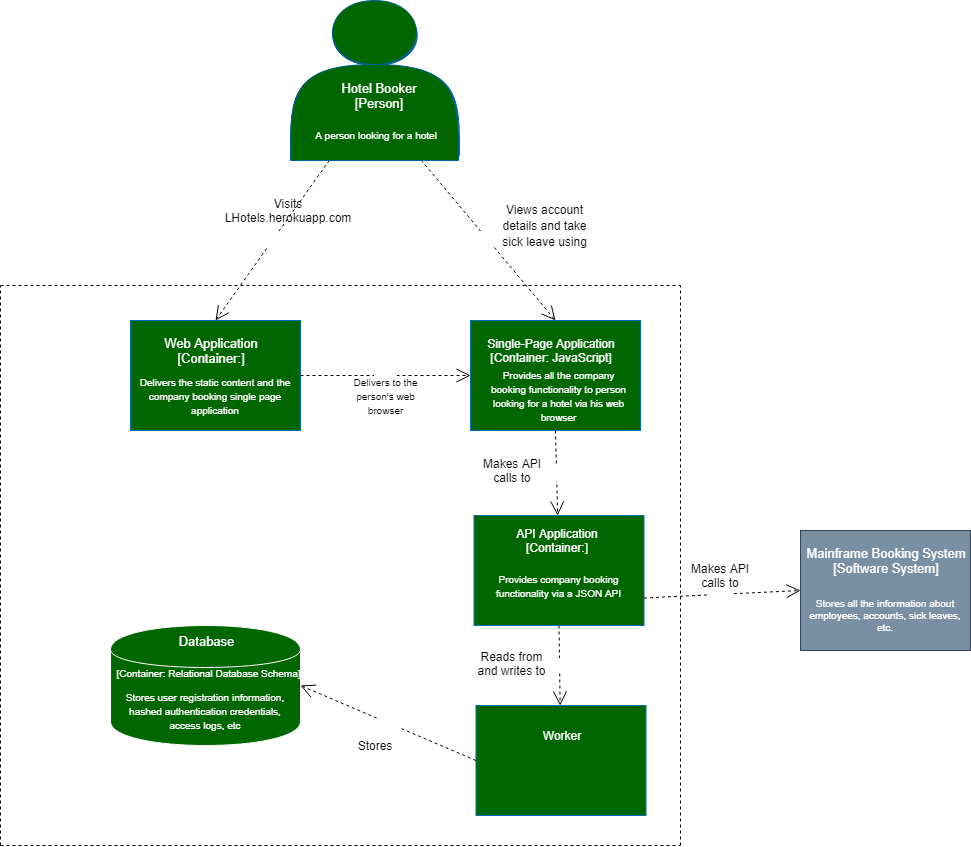
The draw.io diagram FALK_BOGDAN/Proiect/C4_Model/C4Diagram-Container.png in diercan/PSSC-2019, before a commit. Source tidied: cells renumbered, new cells last; positions are measured from the earlier drawing's top-left corner, leaving out a move shared by most shapes.
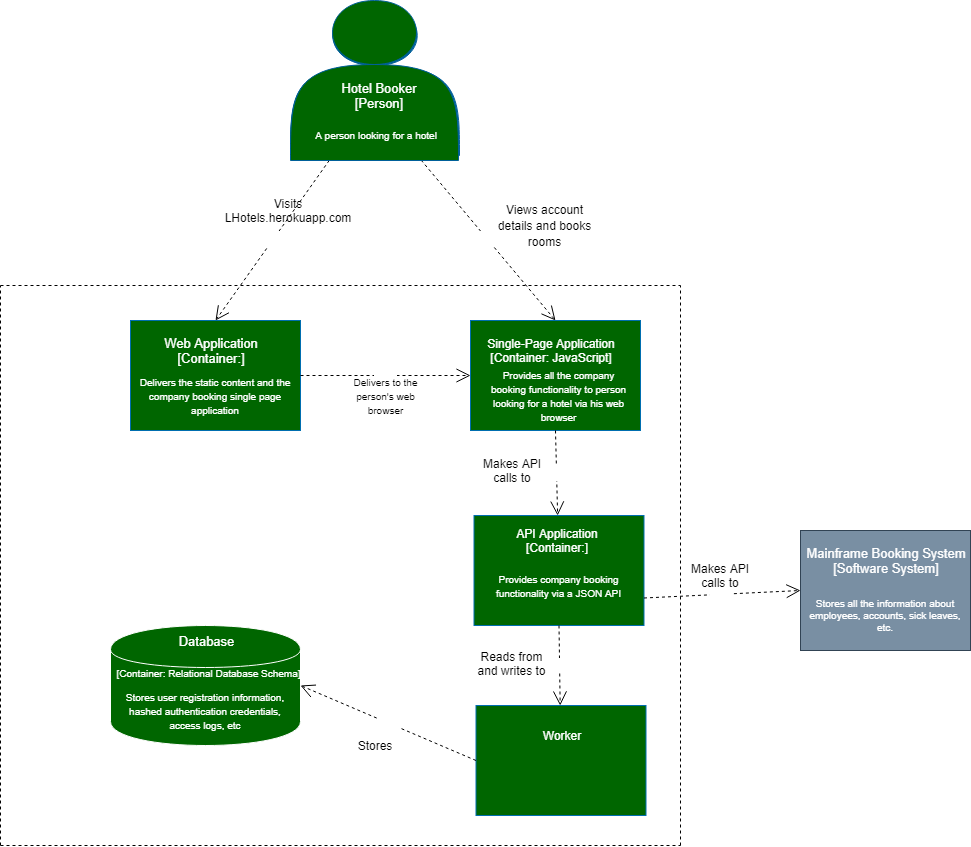
Later version of the same file.

Diff of the diagram source:
```diff
@@ -26,7 +26,7 @@
     <mxCell id="9" value="E-mail System&lt;br style=&quot;font-size: 13px;&quot;&gt;[Software System]" style="text;html=1;strokeColor=none;fillColor=none;align=center;verticalAlign=middle;whiteSpace=wrap;rounded=0;shadow=0;fontSize=13;fontColor=#FFFFFF;" parent="1" vertex="1">
       <mxGeometry x="825" y="215" width="110" height="20" as="geometry" />
     </mxCell>
-    <mxCell id="10" value="&lt;font style=&quot;font-size: 12px&quot;&gt;Views account details and take sick leave using&lt;/font&gt;" style="text;html=1;strokeColor=none;fillColor=none;align=center;verticalAlign=middle;whiteSpace=wrap;rounded=0;shadow=0;fontSize=14;fontColor=#000000;" parent="1" vertex="1">
+    <mxCell id="10" value="&lt;font style=&quot;font-size: 12px&quot;&gt;Views account details and books rooms&lt;/font&gt;" style="text;html=1;strokeColor=none;fillColor=none;align=center;verticalAlign=middle;whiteSpace=wrap;rounded=0;shadow=0;fontSize=14;fontColor=#000000;" parent="1" vertex="1">
       <mxGeometry x="491" y="187.5" width="107" height="75" as="geometry" />
     </mxCell>
     <mxCell id="11" style="rounded=0;whiteSpace=wrap;html=1;fillColor=#006600;strokeColor=#006EAF;fontColor=#ffffff;" parent="1" vertex="1">
```
